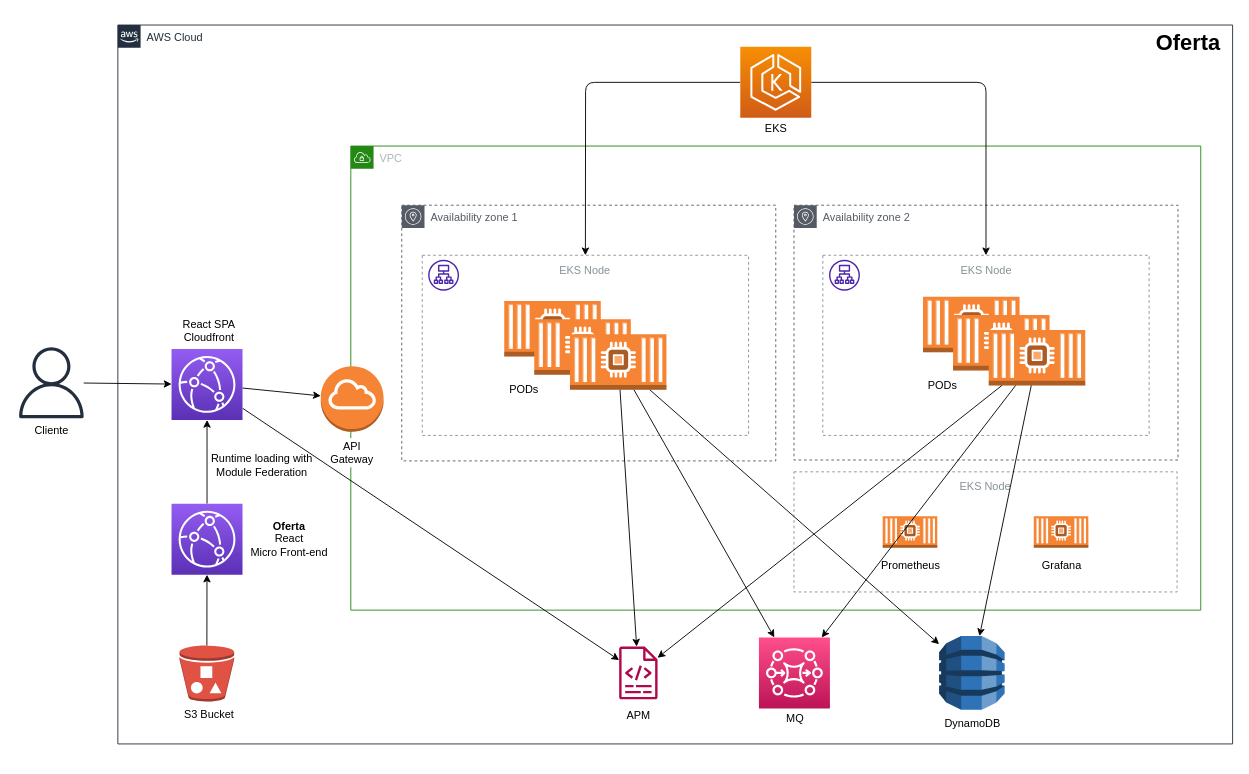
Earlier version of the draw.io diagram page "Infra (Oferta)" (4 of 5) of docs/diagrams.drawio (patrickcoutinho/debts-negotiation-case). Source tidied: cells renumbered, new cells numbered last; positions are measured from the earlier drawing's top-left corner, leaving out a move shared by most shapes. Both pictures are drawn from the tidied source at 91%, with x=0, y=0 at pixel (15, 20).
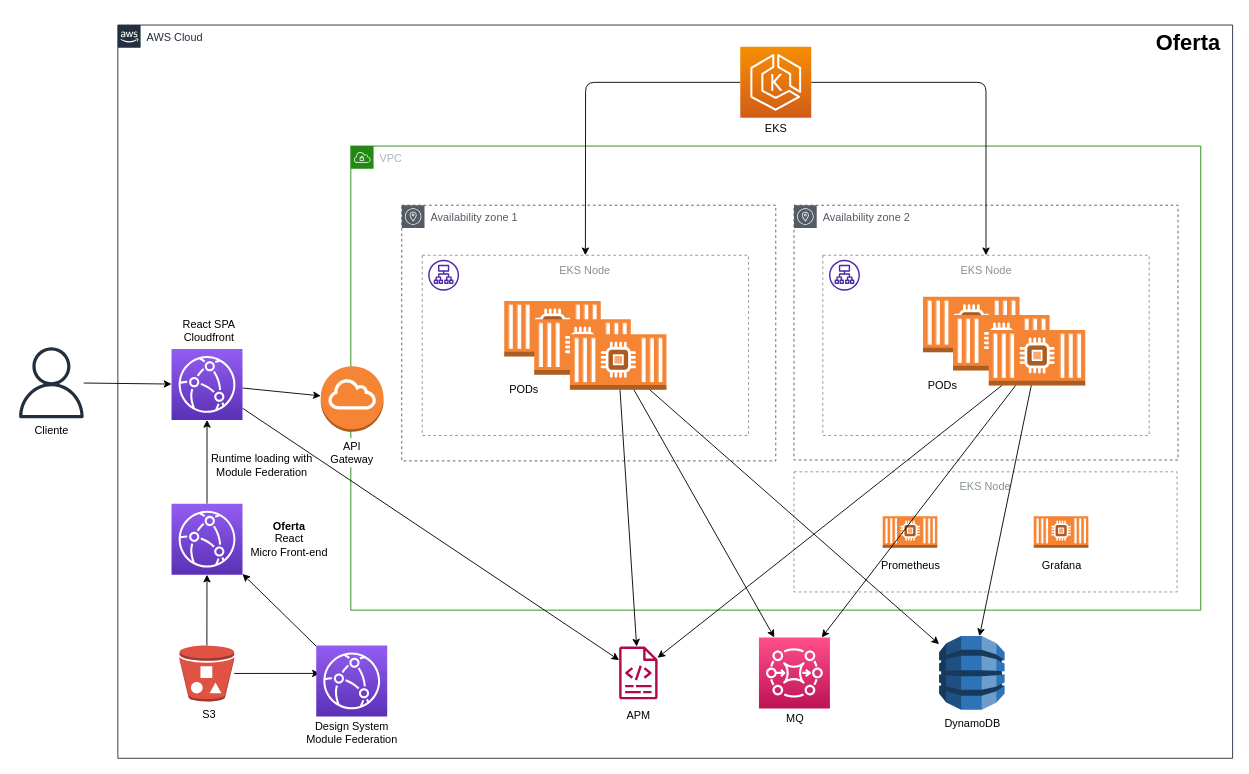
After the change.

Unchanged cells that the change refers to:
```xml
<mxCell id="32" style="sketch=0;points=[[0,0,0],[0.25,0,0],[0.5,0,0],[0.75,0,0],[1,0,0],[0,1,0],[0.25,1,0],[0.5,1,0],[0.75,1,0],[1,1,0],[0,0.25,0],[0,0.5,0],[0,0.75,0],[1,0.25,0],[1,0.5,0],[1,0.75,0]];outlineConnect=0;fontColor=#232F3E;gradientColor=#945DF2;gradientDirection=north;fillColor=#5A30B5;strokeColor=#ffffff;dashed=0;verticalLabelPosition=bottom;verticalAlign=top;align=center;html=1;fontSize=12;fontStyle=0;shape=mxgraph.aws4.resourceIcon;resIcon=mxgraph.aws4.cloudfront;" parent="2" vertex="1">
  <mxGeometry x="59" y="526" width="78" height="78" as="geometry" />
</mxCell>
<mxCell id="34" style="outlineConnect=0;dashed=0;verticalLabelPosition=bottom;verticalAlign=top;align=center;html=1;shape=mxgraph.aws3.bucket_with_objects;fillColor=#E05243;gradientColor=none;fontColor=#000000;" parent="2" vertex="1">
  <mxGeometry x="67.8" y="681.8" width="60" height="61.5" as="geometry" />
</mxCell>
```

Change to the diagram source:
```diff
@@
     <mxCell id="2" value="AWS Cloud" style="gradientColor=none;html=1;whiteSpace=wrap;fontSize=12;fontStyle=0;shape=mxgraph.aws4.group;grIcon=mxgraph.aws4.group_aws_cloud_alt;strokeColor=#232F3E;fillColor=none;verticalAlign=top;align=left;spacingLeft=30;fontColor=#232F3E;dashed=0;" parent="1" vertex="1">
-      <mxGeometry x="112" y="5" width="1225" height="790" as="geometry" />
+      <mxGeometry x="112" y="5" width="1225" height="805.8" as="geometry" />
     </mxCell>
@@
+    <mxCell id="56" style="edgeStyle=none;html=1;entryX=0.051;entryY=0.394;entryDx=0;entryDy=0;entryPerimeter=0;strokeColor=#000000;" parent="2" edge="1" source="34" target="58">
+      <mxGeometry relative="1" as="geometry" />
+    </mxCell>
@@
-    <mxCell id="40" value="S3 Bucket" style="text;html=1;align=center;verticalAlign=middle;strokeColor=none;fillColor=none;fontColor=#000000;" parent="2" vertex="1">
-      <mxGeometry x="67.8" y="749" width="65" height="18" as="geometry" />
+    <mxCell id="40" value="S3" style="text;html=1;align=center;verticalAlign=middle;strokeColor=none;fillColor=none;fontColor=#000000;" parent="2" vertex="1">
+      <mxGeometry x="87.8" y="749" width="25" height="18" as="geometry" />
     </mxCell>
@@
+    <mxCell id="57" style="edgeStyle=none;html=1;strokeColor=#000000;" parent="2" edge="1" source="58" target="32">
+      <mxGeometry relative="1" as="geometry" />
+    </mxCell>
+    <mxCell id="58" style="sketch=0;points=[[0,0,0],[0.25,0,0],[0.5,0,0],[0.75,0,0],[1,0,0],[0,1,0],[0.25,1,0],[0.5,1,0],[0.75,1,0],[1,1,0],[0,0.25,0],[0,0.5,0],[0,0.75,0],[1,0.25,0],[1,0.5,0],[1,0.75,0]];outlineConnect=0;fontColor=#232F3E;gradientColor=#945DF2;gradientDirection=north;fillColor=#5A30B5;strokeColor=#ffffff;dashed=0;verticalLabelPosition=bottom;verticalAlign=top;align=center;html=1;fontSize=12;fontStyle=0;shape=mxgraph.aws4.resourceIcon;resIcon=mxgraph.aws4.cloudfront;" parent="2" vertex="1">
+      <mxGeometry x="218" y="681.8" width="78" height="78" as="geometry" />
+    </mxCell>
+    <mxCell id="59" value="&lt;span style=&quot;font-weight: normal&quot;&gt;Design System&lt;br&gt;Module Federation&lt;br&gt;&lt;/span&gt;" style="text;html=1;align=center;verticalAlign=middle;strokeColor=none;fillColor=none;fontColor=#000000;fontStyle=1;" parent="2" vertex="1">
+      <mxGeometry x="202" y="762" width="110" height="32" as="geometry" />
+    </mxCell>
```
